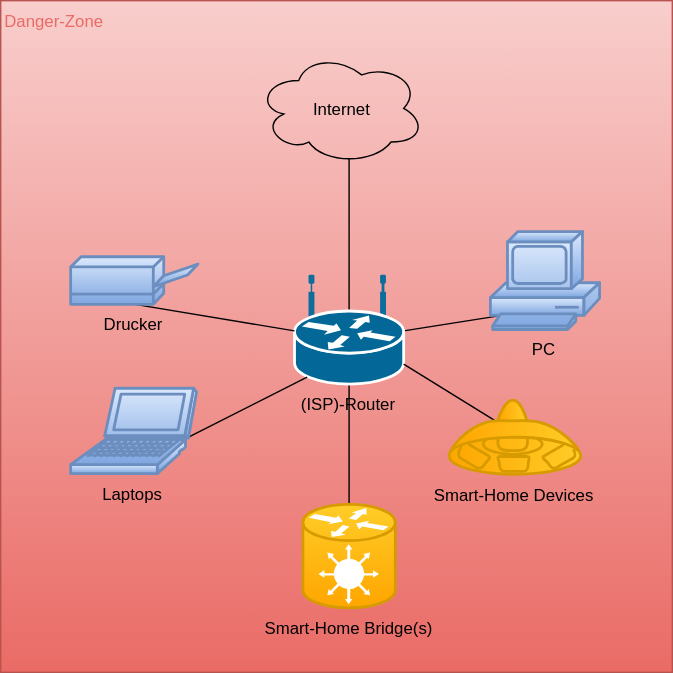
Earlier version of the draw.io export assets/images/homeNetwork-bad.svg (cflat-inc/cflat-inc.github.io). Source tidied: cells renumbered, new cells last; positions are measured from the earlier drawing's top-left corner, leaving out a move shared by most shapes.
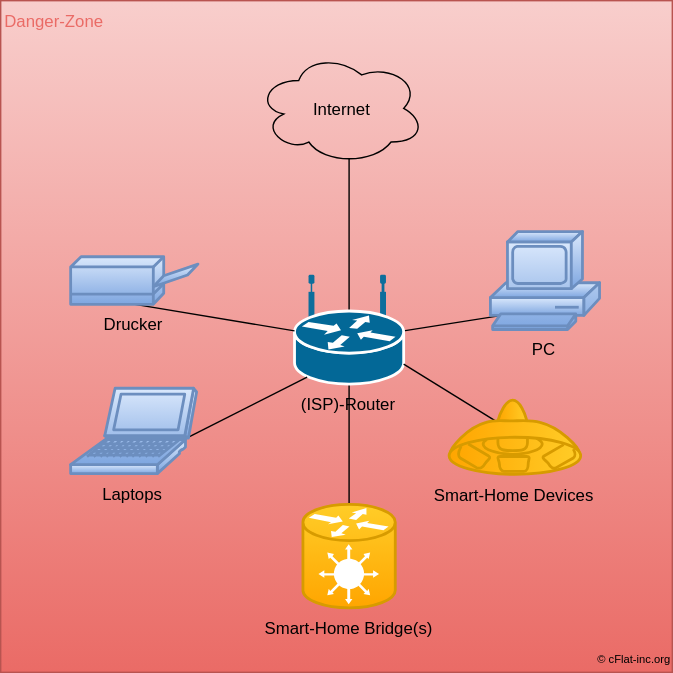
Later version of the same file.

What changed in the source:
```diff
@@ -44,5 +44,8 @@
     <mxCell id="15" value="Smart-Home Devices" style="shape=mxgraph.cisco.computers_and_peripherals.speaker;html=1;dashed=0;fillColor=#ffcd28;strokeColor=#d79b00;strokeWidth=2;verticalLabelPosition=bottom;verticalAlign=top;labelBackgroundColor=none;fontColor=#000000;align=center;direction=south;gradientColor=#ffa500;" parent="1" vertex="1">
       <mxGeometry x="320.5" y="285.5" width="94" height="53" as="geometry" />
     </mxCell>
+    <mxCell id="16" value="&lt;div style=&quot;text-align: right&quot;&gt;&lt;span&gt;© cFlat-inc.org&lt;/span&gt;&lt;/div&gt;" style="text;html=1;strokeColor=none;fillColor=none;align=right;verticalAlign=middle;whiteSpace=wrap;rounded=0;labelBackgroundColor=none;fontColor=#000000;fontSize=8;" parent="1" vertex="1">
+      <mxGeometry x="420" y="460" width="60" height="20" as="geometry" />
+    </mxCell>
   </root>
 </mxGraphModel>
```
